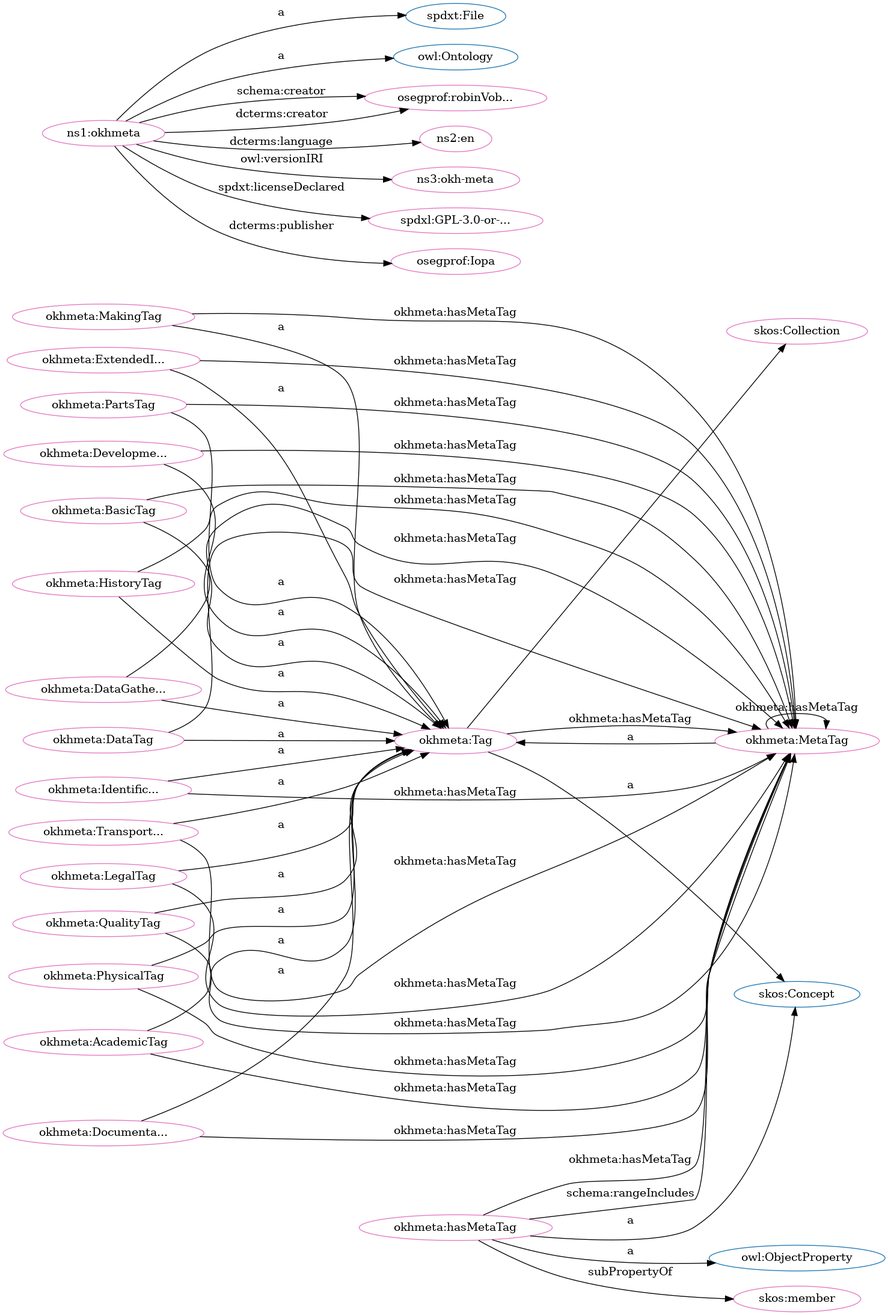
Earlier version of the Graphviz export src/spec/dot_okh-meta.png (iop-alliance/OpenKnowHow). Its source is kept beside it as src/spec/dot_okh-meta.dot.
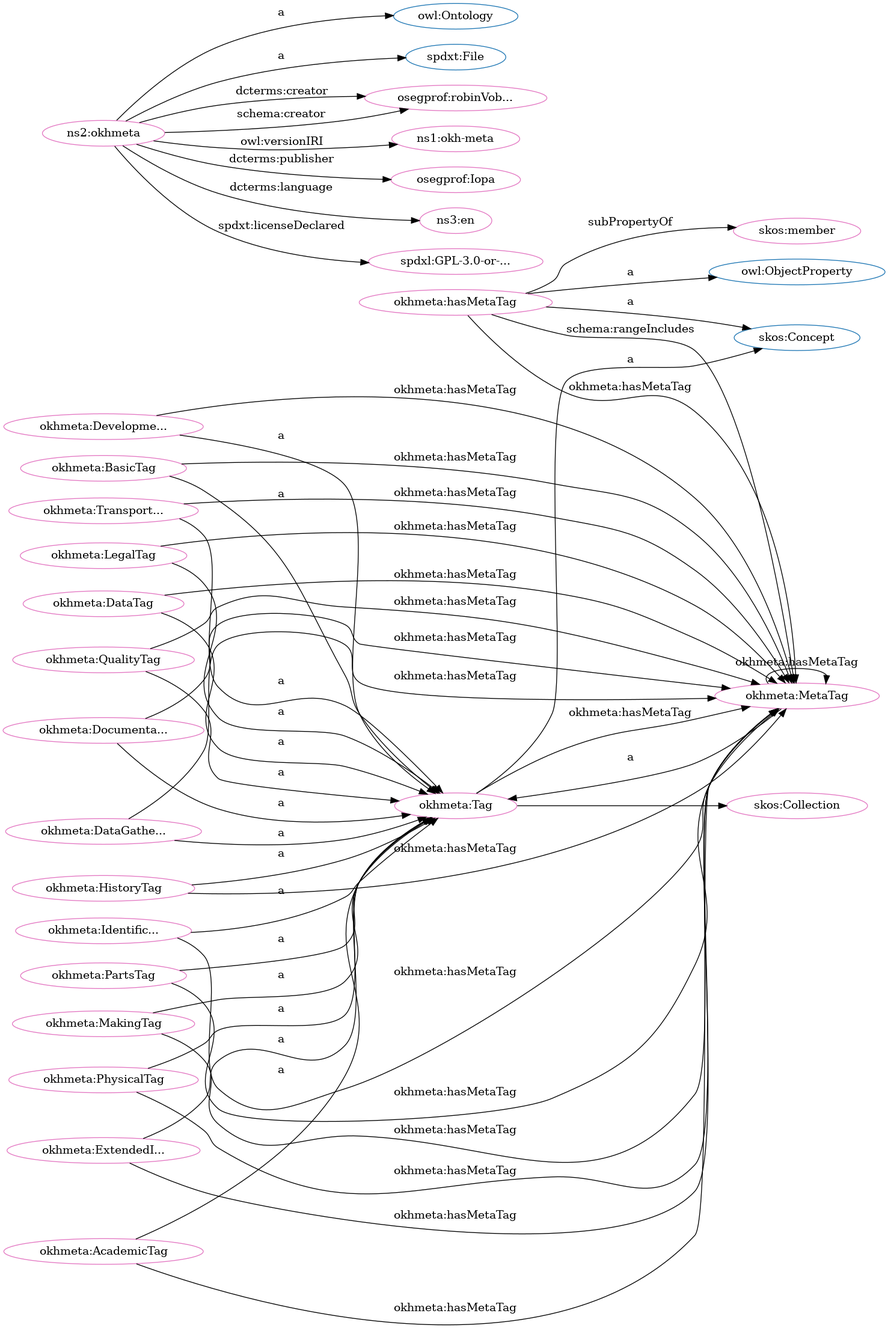
The same file after the commit.

What changed in the source:
```diff
@@ -1,85 +1,85 @@
 digraph G {
   rankdir=BT
   node[height=.3]
+"http://www.w3.org/2004/02/skos/core#Concept" [fillcolor="#1f77b4" color="#1f77b4" label="skos:Concept"]
+"https://w3id.org/oseg/ont/okhmeta#MetaTag" [fillcolor="#1f77b4" color="#1f77b4" label="okhmeta:MetaTag"]
+"http://www.w3.org/2004/02/skos/core#Collection" [fillcolor="#1f77b4" color="#1f77b4" label="skos:Collection"]
+"http://www.w3.org/2002/07/owl#Ontology" [fillcolor="#1f77b4" color="#1f77b4" label="owl:Ontology"]
 "https://w3id.org/oseg/ont/okhmeta#Tag" [fillcolor="#1f77b4" color="#1f77b4" label="okhmeta:Tag"]
 "http://www.w3.org/2002/07/owl#ObjectProperty" [fillcolor="#1f77b4" color="#1f77b4" label="owl:ObjectProperty"]
-"http://www.w3.org/2004/02/skos/core#Collection" [fillcolor="#1f77b4" color="#1f77b4" label="skos:Collection"]
-"https://w3id.org/oseg/ont/okhmeta#MetaTag" [fillcolor="#1f77b4" color="#1f77b4" label="okhmeta:MetaTag"]
 "http://spdx.org/rdf/terms#File" [fillcolor="#1f77b4" color="#1f77b4" label="spdxt:File"]
-"http://www.w3.org/2002/07/owl#Ontology" [fillcolor="#1f77b4" color="#1f77b4" label="owl:Ontology"]
-"http://www.w3.org/2004/02/skos/core#Concept" [fillcolor="#1f77b4" color="#1f77b4" label="skos:Concept"]
+"https://w3id.org/oseg/ont/okhmeta#DataTag" [fillcolor="#e377c2" color="#e377c2" label="okhmeta:DataTag"]
+"https://w3id.org/oseg/ont/oseg-profiles#robinVobruba" [fillcolor="#e377c2" color="#e377c2" label="osegprof:robinVob..."]
+"https://w3id.org/oseg/ont/okhmeta#PhysicalTag" [fillcolor="#e377c2" color="#e377c2" label="okhmeta:PhysicalTag"]
 "https://w3id.org/oseg/ont/okhmeta#MetaTag" [fillcolor="#e377c2" color="#e377c2" label="okhmeta:MetaTag"]
-"https://w3id.org/oseg/ont/okhmeta#PhysicalTag" [fillcolor="#e377c2" color="#e377c2" label="okhmeta:PhysicalTag"]
+"https://w3id.org/oseg/ont/okhmeta#DevelopmentTag" [fillcolor="#e377c2" color="#e377c2" label="okhmeta:Developme..."]
+"https://w3id.org/oseg/ont/okhmeta#Tag" [fillcolor="#e377c2" color="#e377c2" label="okhmeta:Tag"]
+"https://w3id.org/oseg/ont/okhmeta#IdentificationTag" [fillcolor="#e377c2" color="#e377c2" label="okhmeta:Identific..."]
+"https://w3id.org/oseg/ont/okhmeta#MakingTag" [fillcolor="#e377c2" color="#e377c2" label="okhmeta:MakingTag"]
+"https://w3id.org/oseg/ont/okhmeta#BasicTag" [fillcolor="#e377c2" color="#e377c2" label="okhmeta:BasicTag"]
+"https://w3id.org/oseg/ont/1.1.0/okh-meta" [fillcolor="#e377c2" color="#e377c2" label="ns1:okh-meta"]
+"https://w3id.org/oseg/ont/okhmeta#hasMetaTag" [fillcolor="#e377c2" color="#e377c2" label="okhmeta:hasMetaTag"]
+"https://w3id.org/oseg/ont/okhmeta#TransportationTag" [fillcolor="#e377c2" color="#e377c2" label="okhmeta:Transport..."]
+"https://w3id.org/oseg/ont/okhmeta#HistoryTag" [fillcolor="#e377c2" color="#e377c2" label="okhmeta:HistoryTag"]
+"https://w3id.org/oseg/ont/okhmeta" [fillcolor="#e377c2" color="#e377c2" label="ns2:okhmeta"]
+"http://www.w3.org/2004/02/skos/core#Collection" [fillcolor="#e377c2" color="#e377c2" label="skos:Collection"]
+"https://w3id.org/oseg/ont/oseg-profiles#Iopa" [fillcolor="#e377c2" color="#e377c2" label="osegprof:Iopa"]
 "https://w3id.org/oseg/ont/okhmeta#AcademicTag" [fillcolor="#e377c2" color="#e377c2" label="okhmeta:AcademicTag"]
-"http://www.w3.org/2004/02/skos/core#Collection" [fillcolor="#e377c2" color="#e377c2" label="skos:Collection"]
 "https://w3id.org/oseg/ont/okhmeta#DocumentationTag" [fillcolor="#e377c2" color="#e377c2" label="okhmeta:Documenta..."]
-"https://w3id.org/oseg/ont/okhmeta" [fillcolor="#e377c2" color="#e377c2" label="ns1:okhmeta"]
-"https://w3id.org/oseg/ont/oseg-profiles#robinVobruba" [fillcolor="#e377c2" color="#e377c2" label="osegprof:robinVob..."]
-"https://w3id.org/oseg/ont/okhmeta#DataTag" [fillcolor="#e377c2" color="#e377c2" label="okhmeta:DataTag"]
 "https://w3id.org/oseg/ont/okhmeta#ExtendedInfoTag" [fillcolor="#e377c2" color="#e377c2" label="okhmeta:ExtendedI..."]
-"http://id.loc.gov/vocabulary/iso639-1/en" [fillcolor="#e377c2" color="#e377c2" label="ns2:en"]
-"https://w3id.org/oseg/ont/okhmeta#QualityTag" [fillcolor="#e377c2" color="#e377c2" label="okhmeta:QualityTag"]
-"https://w3id.org/oseg/ont/okhmeta#hasMetaTag" [fillcolor="#e377c2" color="#e377c2" label="okhmeta:hasMetaTag"]
-"https://w3id.org/oseg/ont/1.1.0/okh-meta" [fillcolor="#e377c2" color="#e377c2" label="ns3:okh-meta"]
-"https://w3id.org/oseg/ont/okhmeta#IdentificationTag" [fillcolor="#e377c2" color="#e377c2" label="okhmeta:Identific..."]
+"http://id.loc.gov/vocabulary/iso639-1/en" [fillcolor="#e377c2" color="#e377c2" label="ns3:en"]
+"http://www.w3.org/2004/02/skos/core#member" [fillcolor="#e377c2" color="#e377c2" label="skos:member"]
+"https://w3id.org/oseg/ont/okhmeta#DataGatheringTag" [fillcolor="#e377c2" color="#e377c2" label="okhmeta:DataGathe..."]
 "https://spdx.org/licenses/GPL-3.0-or-later" [fillcolor="#e377c2" color="#e377c2" label="spdxl:GPL-3.0-or-..."]
 "https://w3id.org/oseg/ont/okhmeta#PartsTag" [fillcolor="#e377c2" color="#e377c2" label="okhmeta:PartsTag"]
-"https://w3id.org/oseg/ont/oseg-profiles#Iopa" [fillcolor="#e377c2" color="#e377c2" label="osegprof:Iopa"]
-"http://www.w3.org/2004/02/skos/core#member" [fillcolor="#e377c2" color="#e377c2" label="skos:member"]
-"https://w3id.org/oseg/ont/okhmeta#Tag" [fillcolor="#e377c2" color="#e377c2" label="okhmeta:Tag"]
-"https://w3id.org/oseg/ont/okhmeta#MakingTag" [fillcolor="#e377c2" color="#e377c2" label="okhmeta:MakingTag"]
-"https://w3id.org/oseg/ont/okhmeta#DataGatheringTag" [fillcolor="#e377c2" color="#e377c2" label="okhmeta:DataGathe..."]
-"https://w3id.org/oseg/ont/okhmeta#BasicTag" [fillcolor="#e377c2" color="#e377c2" label="okhmeta:BasicTag"]
-"https://w3id.org/oseg/ont/okhmeta#DevelopmentTag" [fillcolor="#e377c2" color="#e377c2" label="okhmeta:Developme..."]
-"https://w3id.org/oseg/ont/okhmeta#HistoryTag" [fillcolor="#e377c2" color="#e377c2" label="okhmeta:HistoryTag"]
+"https://w3id.org/oseg/ont/okhmeta#QualityTag" [fillcolor="#e377c2" color="#e377c2" label="okhmeta:QualityTag"]
 "https://w3id.org/oseg/ont/okhmeta#LegalTag" [fillcolor="#e377c2" color="#e377c2" label="okhmeta:LegalTag"]
-"https://w3id.org/oseg/ont/okhmeta#TransportationTag" [fillcolor="#e377c2" color="#e377c2" label="okhmeta:Transport..."]
+  "https://w3id.org/oseg/ont/okhmeta#PhysicalTag" -> "https://w3id.org/oseg/ont/okhmeta#Tag" [label="a"]
+  "https://w3id.org/oseg/ont/okhmeta#MetaTag" -> "https://w3id.org/oseg/ont/okhmeta#MetaTag" [label="okhmeta:hasMetaTag"]
+  "https://w3id.org/oseg/ont/okhmeta" -> "https://w3id.org/oseg/ont/oseg-profiles#robinVobruba" [label="dcterms:creator"]
+  "https://w3id.org/oseg/ont/okhmeta#DevelopmentTag" -> "https://w3id.org/oseg/ont/okhmeta#Tag" [label="a"]
+  "https://w3id.org/oseg/ont/okhmeta#IdentificationTag" -> "https://w3id.org/oseg/ont/okhmeta#Tag" [label="a"]
+  "https://w3id.org/oseg/ont/okhmeta#MakingTag" -> "https://w3id.org/oseg/ont/okhmeta#Tag" [label="a"]
+  "https://w3id.org/oseg/ont/okhmeta#PartsTag" -> "https://w3id.org/oseg/ont/okhmeta#MetaTag" [label="okhmeta:hasMetaTag"]
+  "https://w3id.org/oseg/ont/okhmeta" -> "https://w3id.org/oseg/ont/1.1.0/okh-meta" [label="owl:versionIRI"]
+  "https://w3id.org/oseg/ont/okhmeta#hasMetaTag" -> "http://www.w3.org/2004/02/skos/core#Concept" [label="a"]
+  "https://w3id.org/oseg/ont/okhmeta#TransportationTag" -> "https://w3id.org/oseg/ont/okhmeta#Tag" [label="a"]
+  "https://w3id.org/oseg/ont/okhmeta" -> "http://spdx.org/rdf/terms#File" [label="a"]
+  "https://w3id.org/oseg/ont/okhmeta#Tag" -> "https://w3id.org/oseg/ont/okhmeta#MetaTag" [label="okhmeta:hasMetaTag"]
+  "https://w3id.org/oseg/ont/okhmeta#DataTag" -> "https://w3id.org/oseg/ont/okhmeta#MetaTag" [label="okhmeta:hasMetaTag"]
+  "https://w3id.org/oseg/ont/okhmeta" -> "https://w3id.org/oseg/ont/oseg-profiles#Iopa" [label="dcterms:publisher"]
+  "https://w3id.org/oseg/ont/okhmeta#BasicTag" -> "https://w3id.org/oseg/ont/okhmeta#MetaTag" [label="okhmeta:hasMetaTag"]
+  "https://w3id.org/oseg/ont/okhmeta#hasMetaTag" -> "http://www.w3.org/2002/07/owl#ObjectProperty" [label="a"]
+  "https://w3id.org/oseg/ont/okhmeta#HistoryTag" -> "https://w3id.org/oseg/ont/okhmeta#MetaTag" [label="okhmeta:hasMetaTag"]
   "https://w3id.org/oseg/ont/okhmeta#AcademicTag" -> "https://w3id.org/oseg/ont/okhmeta#Tag" [label="a"]
-  "https://w3id.org/oseg/ont/okhmeta" -> "http://spdx.org/rdf/terms#File" [label="a"]
-  "https://w3id.org/oseg/ont/okhmeta#PartsTag" -> "https://w3id.org/oseg/ont/okhmeta#MetaTag" [label="okhmeta:hasMetaTag"]
+  "https://w3id.org/oseg/ont/okhmeta#MetaTag" -> "https://w3id.org/oseg/ont/okhmeta#Tag" [label="a"]
+  "https://w3id.org/oseg/ont/okhmeta#DocumentationTag" -> "https://w3id.org/oseg/ont/okhmeta#MetaTag" [label="okhmeta:hasMetaTag"]
+  "https://w3id.org/oseg/ont/okhmeta#PartsTag" -> "https://w3id.org/oseg/ont/okhmeta#Tag" [label="a"]
+  "https://w3id.org/oseg/ont/okhmeta#ExtendedInfoTag" -> "https://w3id.org/oseg/ont/okhmeta#MetaTag" [label="okhmeta:hasMetaTag"]
+  "https://w3id.org/oseg/ont/okhmeta#DataGatheringTag" -> "https://w3id.org/oseg/ont/okhmeta#MetaTag" [label="okhmeta:hasMetaTag"]
+  "https://w3id.org/oseg/ont/okhmeta#DataTag" -> "https://w3id.org/oseg/ont/okhmeta#Tag" [label="a"]
+  "https://w3id.org/oseg/ont/okhmeta" -> "https://w3id.org/oseg/ont/oseg-profiles#robinVobruba" [label="schema:creator"]
+  "https://w3id.org/oseg/ont/okhmeta#Tag" -> "http://www.w3.org/2004/02/skos/core#Concept" [label="a"]
+  "https://w3id.org/oseg/ont/okhmeta#QualityTag" -> "https://w3id.org/oseg/ont/okhmeta#MetaTag" [label="okhmeta:hasMetaTag"]
+  "https://w3id.org/oseg/ont/okhmeta#BasicTag" -> "https://w3id.org/oseg/ont/okhmeta#Tag" [label="a"]
+  "https://w3id.org/oseg/ont/okhmeta#LegalTag" -> "https://w3id.org/oseg/ont/okhmeta#MetaTag" [label="okhmeta:hasMetaTag"]
+  "https://w3id.org/oseg/ont/okhmeta#HistoryTag" -> "https://w3id.org/oseg/ont/okhmeta#Tag" [label="a"]
+  "https://w3id.org/oseg/ont/okhmeta#Tag" -> "http://www.w3.org/2004/02/skos/core#Collection" [label=""]
+  "https://w3id.org/oseg/ont/okhmeta#PhysicalTag" -> "https://w3id.org/oseg/ont/okhmeta#MetaTag" [label="okhmeta:hasMetaTag"]
+  "https://w3id.org/oseg/ont/okhmeta#DevelopmentTag" -> "https://w3id.org/oseg/ont/okhmeta#MetaTag" [label="okhmeta:hasMetaTag"]
+  "https://w3id.org/oseg/ont/okhmeta#IdentificationTag" -> "https://w3id.org/oseg/ont/okhmeta#MetaTag" [label="okhmeta:hasMetaTag"]
+  "https://w3id.org/oseg/ont/okhmeta#MakingTag" -> "https://w3id.org/oseg/ont/okhmeta#MetaTag" [label="okhmeta:hasMetaTag"]
+  "https://w3id.org/oseg/ont/okhmeta#hasMetaTag" -> "https://w3id.org/oseg/ont/okhmeta#MetaTag" [label="okhmeta:hasMetaTag"]
+  "https://w3id.org/oseg/ont/okhmeta#TransportationTag" -> "https://w3id.org/oseg/ont/okhmeta#MetaTag" [label="okhmeta:hasMetaTag"]
+  "https://w3id.org/oseg/ont/okhmeta" -> "http://www.w3.org/2002/07/owl#Ontology" [label="a"]
+  "https://w3id.org/oseg/ont/okhmeta#DocumentationTag" -> "https://w3id.org/oseg/ont/okhmeta#Tag" [label="a"]
   "https://w3id.org/oseg/ont/okhmeta#ExtendedInfoTag" -> "https://w3id.org/oseg/ont/okhmeta#Tag" [label="a"]
+  "https://w3id.org/oseg/ont/okhmeta" -> "http://id.loc.gov/vocabulary/iso639-1/en" [label="dcterms:language"]
+  "https://w3id.org/oseg/ont/okhmeta#hasMetaTag" -> "http://www.w3.org/2004/02/skos/core#member" [label="subPropertyOf"]
+  "https://w3id.org/oseg/ont/okhmeta#hasMetaTag" -> "https://w3id.org/oseg/ont/okhmeta#MetaTag" [label="schema:rangeIncludes"]
+  "https://w3id.org/oseg/ont/okhmeta#DataGatheringTag" -> "https://w3id.org/oseg/ont/okhmeta#Tag" [label="a"]
+  "https://w3id.org/oseg/ont/okhmeta" -> "https://spdx.org/licenses/GPL-3.0-or-later" [label="spdxt:licenseDeclared"]
+  "https://w3id.org/oseg/ont/okhmeta#AcademicTag" -> "https://w3id.org/oseg/ont/okhmeta#MetaTag" [label="okhmeta:hasMetaTag"]
   "https://w3id.org/oseg/ont/okhmeta#QualityTag" -> "https://w3id.org/oseg/ont/okhmeta#Tag" [label="a"]
-  "https://w3id.org/oseg/ont/okhmeta#hasMetaTag" -> "http://www.w3.org/2002/07/owl#ObjectProperty" [label="a"]
-  "https://w3id.org/oseg/ont/okhmeta#BasicTag" -> "https://w3id.org/oseg/ont/okhmeta#MetaTag" [label="okhmeta:hasMetaTag"]
-  "https://w3id.org/oseg/ont/okhmeta#QualityTag" -> "https://w3id.org/oseg/ont/okhmeta#MetaTag" [label="okhmeta:hasMetaTag"]
-  "https://w3id.org/oseg/ont/okhmeta#IdentificationTag" -> "https://w3id.org/oseg/ont/okhmeta#Tag" [label="a"]
-  "https://w3id.org/oseg/ont/okhmeta#MetaTag" -> "https://w3id.org/oseg/ont/okhmeta#MetaTag" [label="okhmeta:hasMetaTag"]
-  "https://w3id.org/oseg/ont/okhmeta#DataGatheringTag" -> "https://w3id.org/oseg/ont/okhmeta#MetaTag" [label="okhmeta:hasMetaTag"]
-  "https://w3id.org/oseg/ont/okhmeta#LegalTag" -> "https://w3id.org/oseg/ont/okhmeta#MetaTag" [label="okhmeta:hasMetaTag"]
-  "https://w3id.org/oseg/ont/okhmeta" -> "http://www.w3.org/2002/07/owl#Ontology" [label="a"]
-  "https://w3id.org/oseg/ont/okhmeta#ExtendedInfoTag" -> "https://w3id.org/oseg/ont/okhmeta#MetaTag" [label="okhmeta:hasMetaTag"]
-  "https://w3id.org/oseg/ont/okhmeta" -> "https://spdx.org/licenses/GPL-3.0-or-later" [label="spdxt:licenseDeclared"]
-  "https://w3id.org/oseg/ont/okhmeta#HistoryTag" -> "https://w3id.org/oseg/ont/okhmeta#MetaTag" [label="okhmeta:hasMetaTag"]
-  "https://w3id.org/oseg/ont/okhmeta#PartsTag" -> "https://w3id.org/oseg/ont/okhmeta#Tag" [label="a"]
-  "https://w3id.org/oseg/ont/okhmeta" -> "https://w3id.org/oseg/ont/oseg-profiles#Iopa" [label="dcterms:publisher"]
-  "https://w3id.org/oseg/ont/okhmeta#hasMetaTag" -> "http://www.w3.org/2004/02/skos/core#member" [label="subPropertyOf"]
-  "https://w3id.org/oseg/ont/okhmeta" -> "https://w3id.org/oseg/ont/oseg-profiles#robinVobruba" [label="schema:creator"]
-  "https://w3id.org/oseg/ont/okhmeta#DocumentationTag" -> "https://w3id.org/oseg/ont/okhmeta#MetaTag" [label="okhmeta:hasMetaTag"]
-  "https://w3id.org/oseg/ont/okhmeta#AcademicTag" -> "https://w3id.org/oseg/ont/okhmeta#MetaTag" [label="okhmeta:hasMetaTag"]
-  "https://w3id.org/oseg/ont/okhmeta#BasicTag" -> "https://w3id.org/oseg/ont/okhmeta#Tag" [label="a"]
-  "https://w3id.org/oseg/ont/okhmeta#DataTag" -> "https://w3id.org/oseg/ont/okhmeta#MetaTag" [label="okhmeta:hasMetaTag"]
-  "https://w3id.org/oseg/ont/okhmeta#HistoryTag" -> "https://w3id.org/oseg/ont/okhmeta#Tag" [label="a"]
   "https://w3id.org/oseg/ont/okhmeta#LegalTag" -> "https://w3id.org/oseg/ont/okhmeta#Tag" [label="a"]
-  "https://w3id.org/oseg/ont/okhmeta#hasMetaTag" -> "http://www.w3.org/2004/02/skos/core#Concept" [label="a"]
-  "https://w3id.org/oseg/ont/okhmeta#hasMetaTag" -> "https://w3id.org/oseg/ont/okhmeta#MetaTag" [label="okhmeta:hasMetaTag"]
-  "https://w3id.org/oseg/ont/okhmeta#IdentificationTag" -> "https://w3id.org/oseg/ont/okhmeta#MetaTag" [label="okhmeta:hasMetaTag"]
-  "https://w3id.org/oseg/ont/okhmeta#PhysicalTag" -> "https://w3id.org/oseg/ont/okhmeta#Tag" [label="a"]
-  "https://w3id.org/oseg/ont/okhmeta#Tag" -> "http://www.w3.org/2004/02/skos/core#Collection" [label=""]
-  "https://w3id.org/oseg/ont/okhmeta#DocumentationTag" -> "https://w3id.org/oseg/ont/okhmeta#Tag" [label="a"]
-  "https://w3id.org/oseg/ont/okhmeta#Tag" -> "https://w3id.org/oseg/ont/okhmeta#MetaTag" [label="okhmeta:hasMetaTag"]
-  "https://w3id.org/oseg/ont/okhmeta" -> "https://w3id.org/oseg/ont/oseg-profiles#robinVobruba" [label="dcterms:creator"]
-  "https://w3id.org/oseg/ont/okhmeta#DataTag" -> "https://w3id.org/oseg/ont/okhmeta#Tag" [label="a"]
-  "https://w3id.org/oseg/ont/okhmeta" -> "http://id.loc.gov/vocabulary/iso639-1/en" [label="dcterms:language"]
-  "https://w3id.org/oseg/ont/okhmeta" -> "https://w3id.org/oseg/ont/1.1.0/okh-meta" [label="owl:versionIRI"]
-  "https://w3id.org/oseg/ont/okhmeta#hasMetaTag" -> "https://w3id.org/oseg/ont/okhmeta#MetaTag" [label="schema:rangeIncludes"]
-  "https://w3id.org/oseg/ont/okhmeta#Tag" -> "http://www.w3.org/2004/02/skos/core#Concept" [label="a"]
-  "https://w3id.org/oseg/ont/okhmeta#TransportationTag" -> "https://w3id.org/oseg/ont/okhmeta#MetaTag" [label="okhmeta:hasMetaTag"]
-  "https://w3id.org/oseg/ont/okhmeta#MakingTag" -> "https://w3id.org/oseg/ont/okhmeta#Tag" [label="a"]
-  "https://w3id.org/oseg/ont/okhmeta#MetaTag" -> "https://w3id.org/oseg/ont/okhmeta#Tag" [label="a"]
-  "https://w3id.org/oseg/ont/okhmeta#DataGatheringTag" -> "https://w3id.org/oseg/ont/okhmeta#Tag" [label="a"]
-  "https://w3id.org/oseg/ont/okhmeta#PhysicalTag" -> "https://w3id.org/oseg/ont/okhmeta#MetaTag" [label="okhmeta:hasMetaTag"]
-  "https://w3id.org/oseg/ont/okhmeta#MakingTag" -> "https://w3id.org/oseg/ont/okhmeta#MetaTag" [label="okhmeta:hasMetaTag"]
-  "https://w3id.org/oseg/ont/okhmeta#DevelopmentTag" -> "https://w3id.org/oseg/ont/okhmeta#Tag" [label="a"]
-  "https://w3id.org/oseg/ont/okhmeta#DevelopmentTag" -> "https://w3id.org/oseg/ont/okhmeta#MetaTag" [label="okhmeta:hasMetaTag"]
-  "https://w3id.org/oseg/ont/okhmeta#TransportationTag" -> "https://w3id.org/oseg/ont/okhmeta#Tag" [label="a"]
 }
```
